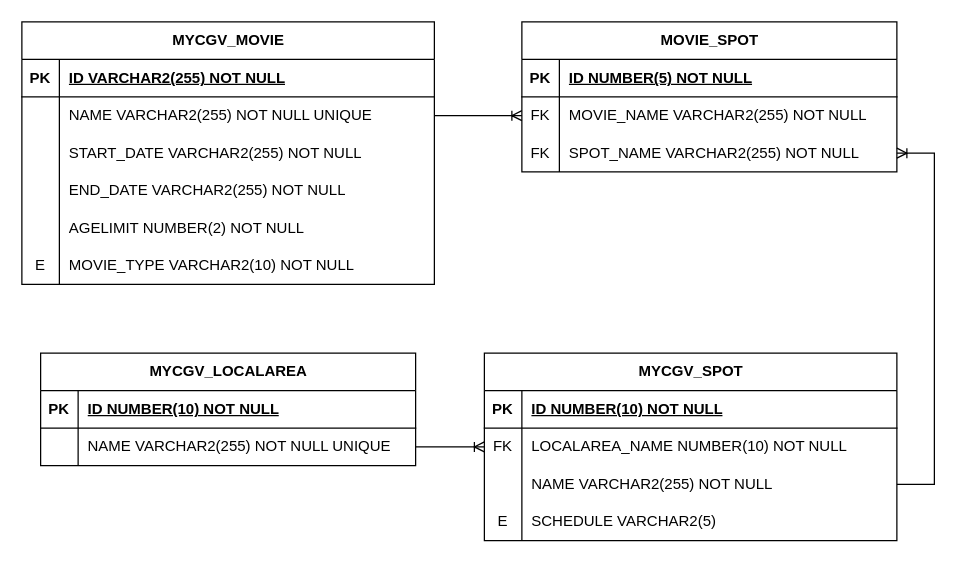
Earlier version of the draw.io diagram new mycgv_erd.drawio (jaehyeonkim0/mycgv). Source tidied: cells renumbered, new cells numbered last; positions are measured from the earlier drawing's top-left corner, leaving out a move shared by most shapes. Both pictures are drawn from the tidied source at 125%, with x=0, y=0 at pixel (21, 21).
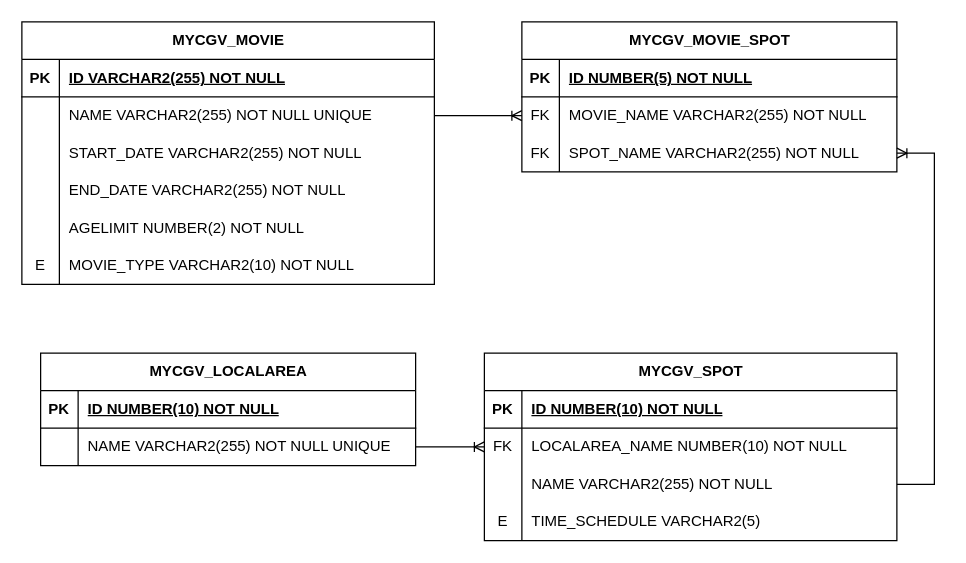
The same page after the edit.

The change refers to these unchanged cells:
```xml
<mxCell id="38" style="shape=tableRow;horizontal=0;startSize=0;swimlaneHead=0;swimlaneBody=0;fillColor=none;top=0;left=0;right=0;bottom=0;" parent="28" vertex="1">
  <mxGeometry y="120" width="330" height="30" as="geometry" />
</mxCell>
```

The edit, as a diff of the source:
```diff
@@
-    <mxCell id="40" value="SCHEDULE VARCHAR2(5)" style="shape=partialRectangle;fillColor=none;top=0;left=0;bottom=0;right=0;align=left;spacingLeft=6;overflow=hidden;whiteSpace=wrap;html=1;" parent="38" vertex="1">
+    <mxCell id="40" value="TIME_SCHEDULE VARCHAR2(5)" style="shape=partialRectangle;fillColor=none;top=0;left=0;bottom=0;right=0;align=left;spacingLeft=6;overflow=hidden;whiteSpace=wrap;html=1;" parent="38" vertex="1">
       <mxGeometry x="30" width="300" height="30" as="geometry" />
     </mxCell>
@@
-    <mxCell id="42" value="MOVIE_SPOT" style="shape=table;startSize=30;childLayout=tableLayout;rowLines=0;fontStyle=1;align=center;html=1;" parent="1" vertex="1">
+    <mxCell id="42" value="MYCGV_MOVIE_SPOT" style="shape=table;startSize=30;childLayout=tableLayout;rowLines=0;fontStyle=1;align=center;html=1;" parent="1" vertex="1">
       <mxGeometry x="400" width="300" height="120" as="geometry" />
     </mxCell>
```
